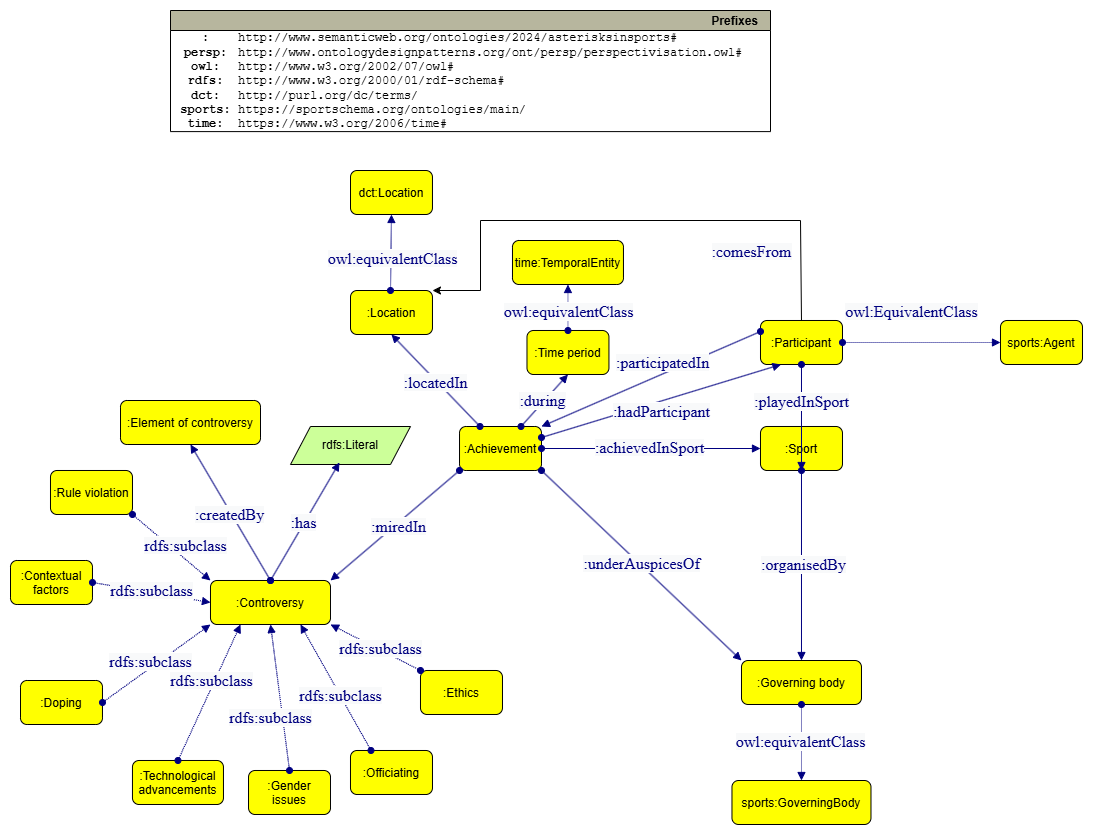
Earlier version of the draw.io export img/ontologydiagram1.drawio.png (krzywonos/asterisks-in-sports). Source tidied: cells renumbered, new cells last; positions are measured from the earlier drawing's top-left corner, leaving out a move shared by most shapes.
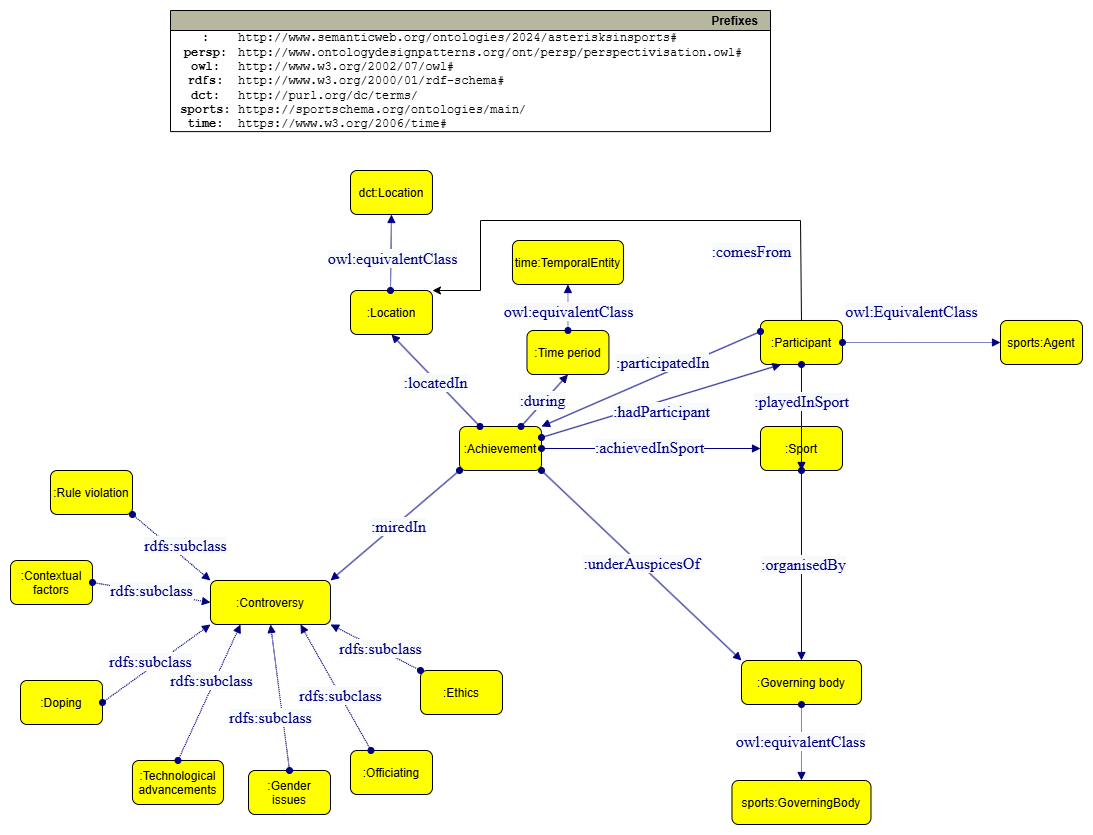
Above is the later version.

Change to the diagram source:
```diff
@@ -38,9 +38,6 @@
     <mxCell id="13" value="sports:Agent" style="graphMlID=n4;shape=rect;rounded=1;arcsize=30;fillColor=#ffff00;strokeColor=#000000;strokeWidth=1.0;" parent="1" vertex="1">
       <mxGeometry x="990" y="310" width="82" height="44" as="geometry" />
     </mxCell>
-    <mxCell id="14" value=":Element of controversy" style="graphMlID=n4;shape=rect;rounded=1;arcsize=30;fillColor=#ffff00;strokeColor=#000000;strokeWidth=1.0;" parent="1" vertex="1">
-      <mxGeometry x="110" y="390" width="140" height="44" as="geometry" />
-    </mxCell>
     <mxCell id="15" value="dct:Location" style="graphMlID=n4;shape=rect;rounded=1;arcsize=30;fillColor=#ffff00;strokeColor=#000000;strokeWidth=1.0;" parent="1" vertex="1">
       <mxGeometry x="340" y="160" width="82" height="44" as="geometry" />
     </mxCell>
@@ -167,12 +164,6 @@
     <mxCell id="50" value="&lt;span style=&quot;color: rgb(0 , 0 , 128) ; font-family: &amp;#34;dialog&amp;#34; ; font-size: 16px ; background-color: rgb(248 , 249 , 250)&quot;&gt;:miredIn&lt;/span&gt;" style="text;html=1;align=center;verticalAlign=middle;labelBackgroundColor=#ffffff;" parent="49" vertex="1">
       <mxGeometry x="-0.02" y="2" relative="1" as="geometry" />
     </mxCell>
-    <mxCell id="51" style="graphMlID=e0;rounded=0;endArrow=block;strokeColor=#000080;strokeWidth=1.0;startArrow=oval;startFill=1;endFill=1;entryX=0.5;entryY=1;entryDx=0;entryDy=0;exitX=0.5;exitY=0;exitDx=0;exitDy=0;" parent="1" edge="1" source="2" target="14">
-      <mxGeometry relative="1" as="geometry" />
-    </mxCell>
-    <mxCell id="52" value="&lt;span style=&quot;color: rgb(0 , 0 , 128) ; font-family: &amp;#34;dialog&amp;#34; ; font-size: 16px ; background-color: rgb(248 , 249 , 250)&quot;&gt;:createdBy&lt;/span&gt;" style="text;html=1;align=center;verticalAlign=middle;labelBackgroundColor=#ffffff;" parent="51" vertex="1">
-      <mxGeometry x="-0.02" y="2" relative="1" as="geometry" />
-    </mxCell>
     <mxCell id="53" style="graphMlID=e5;rounded=0;endArrow=block;strokeColor=#000080;dashed=1;dashPattern=1 1;strokeWidth=1.0;startArrow=oval;startFill=1;endFill=1;exitX=1;exitY=1;exitDx=0;exitDy=0;entryX=0;entryY=0;entryDx=0;entryDy=0;" parent="1" edge="1" source="17" target="2">
       <mxGeometry relative="1" as="geometry" />
     </mxCell>
@@ -229,15 +220,6 @@
         <mxPoint x="-3" as="offset" />
       </mxGeometry>
     </mxCell>
-    <mxCell id="67" value="rdfs:Literal" style="shape=parallelogram;perimeter=parallelogramPerimeter;whiteSpace=wrap;html=1;fixedSize=1;fillColor=#CCFF99;" parent="1" vertex="1">
-      <mxGeometry x="280" y="416" width="120" height="38" as="geometry" />
-    </mxCell>
-    <mxCell id="68" style="graphMlID=e0;rounded=0;endArrow=block;strokeColor=#000080;strokeWidth=1.0;startArrow=oval;startFill=1;endFill=1;entryX=0.408;entryY=0.947;entryDx=0;entryDy=0;exitX=0.5;exitY=0;exitDx=0;exitDy=0;entryPerimeter=0;" parent="1" edge="1" source="2" target="67">
-      <mxGeometry relative="1" as="geometry" />
-    </mxCell>
-    <mxCell id="69" value="&lt;font face=&quot;dialog&quot; color=&quot;#000080&quot;&gt;&lt;span style=&quot;font-size: 16px; background-color: rgb(248, 249, 250);&quot;&gt;:has&lt;/span&gt;&lt;/font&gt;" style="text;html=1;align=center;verticalAlign=middle;labelBackgroundColor=#ffffff;" parent="68" vertex="1">
-      <mxGeometry x="-0.02" y="2" relative="1" as="geometry" />
-    </mxCell>
     <mxCell id="70" style="endArrow=classic;html=1;rounded=0;exitX=0.5;exitY=0;exitDx=0;exitDy=0;entryX=1;entryY=0;entryDx=0;entryDy=0;" parent="1" edge="1" source="12" target="7">
       <mxGeometry relative="1" as="geometry">
         <Array as="points">
```
